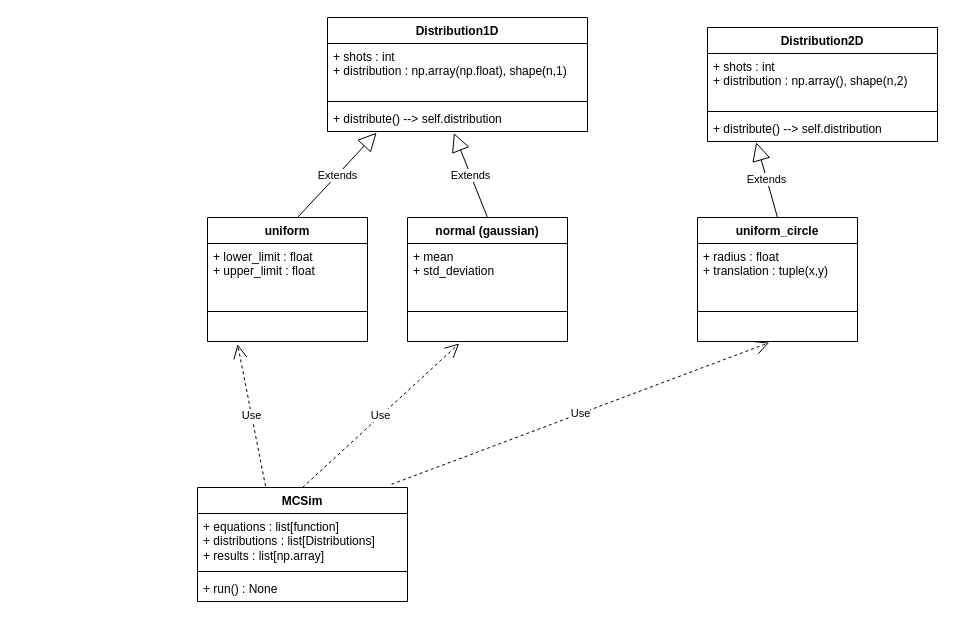
Above: UML.drawio in jaroslsv/smclib (draw.io), before the change. Source tidied: cells renumbered, new cells numbered last; positions are measured from the earlier drawing's top-left corner, leaving out a move shared by most shapes. Both pictures are drawn from the tidied source at 100%, with x=0, y=0 at pixel (197, 17).
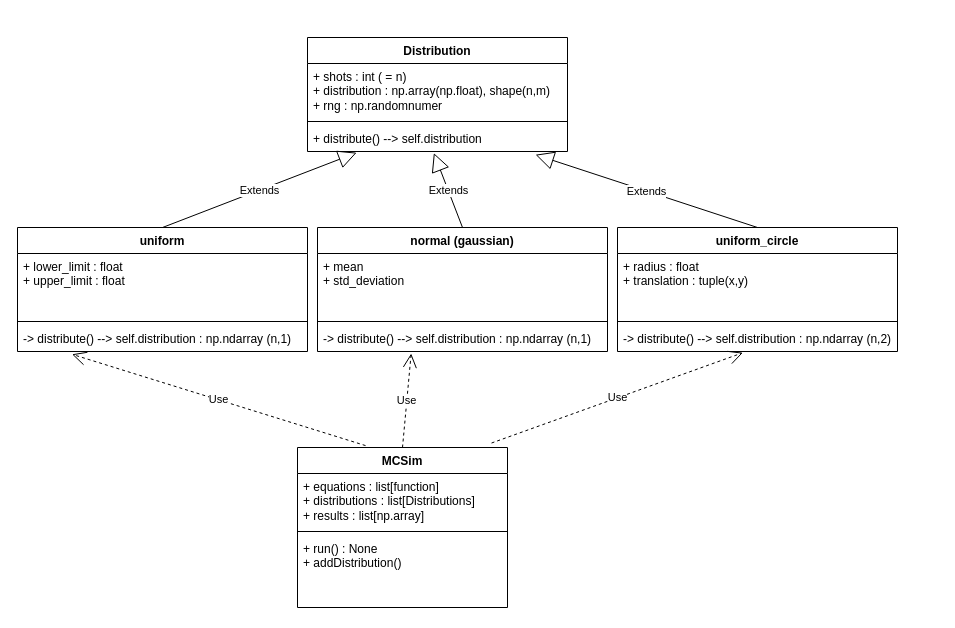
After the change.

Commit message:
Modify UML diagram structure and properties

Updated the UML diagram to reflect changes in the model dimensions and added new elements with updated properties.

Unchanged cells that the change refers to:
```xml
<mxCell id="9" value="+ distribute() --&amp;gt; self.distribution" style="text;strokeColor=none;fillColor=none;align=left;verticalAlign=top;spacingLeft=4;spacingRight=4;overflow=hidden;points=[[0,0.5],[1,0.5]];portConstraint=eastwest;whiteSpace=wrap;html=1;" parent="6" vertex="1">
  <mxGeometry y="88" width="260" height="26" as="geometry" />
</mxCell>
```

Change to the diagram source:
```diff
@@
     <mxCell id="2" value="MCSim" style="swimlane;fontStyle=1;align=center;verticalAlign=top;horizontal=1;startSize=26;whiteSpace=wrap;html=1;" parent="1" vertex="1">
-      <mxGeometry y="470" width="210" height="114" as="geometry" />
+      <mxGeometry x="100" y="430" width="210" height="160" as="geometry" />
     </mxCell>
@@
-    <mxCell id="5" value="+ run() : None" style="text;strokeColor=none;fillColor=none;align=left;verticalAlign=top;spacingLeft=4;spacingRight=4;overflow=hidden;whiteSpace=wrap;html=1;" parent="2" vertex="1">
-      <mxGeometry y="88" width="210" height="26" as="geometry" />
+    <mxCell id="5" value="+ run() : None&lt;div&gt;+ addDistribution()&lt;/div&gt;" style="text;strokeColor=none;fillColor=none;align=left;verticalAlign=top;spacingLeft=4;spacingRight=4;overflow=hidden;whiteSpace=wrap;html=1;" parent="2" vertex="1">
+      <mxGeometry y="88" width="210" height="72" as="geometry" />
     </mxCell>
-    <mxCell id="6" value="&lt;div&gt;&lt;span style=&quot;background-color: transparent; color: light-dark(rgb(0, 0, 0), rgb(255, 255, 255));&quot;&gt;Distribution1D&lt;/span&gt;&lt;/div&gt;" style="swimlane;fontStyle=1;align=center;verticalAlign=top;horizontal=1;startSize=26;whiteSpace=wrap;html=1;" parent="1" vertex="1">
-      <mxGeometry x="130" width="260" height="114" as="geometry" />
+    <mxCell id="6" value="&lt;div&gt;&lt;span style=&quot;background-color: transparent; color: light-dark(rgb(0, 0, 0), rgb(255, 255, 255));&quot;&gt;Distribution&lt;/span&gt;&lt;/div&gt;" style="swimlane;fontStyle=1;align=center;verticalAlign=top;horizontal=1;startSize=26;whiteSpace=wrap;html=1;" parent="1" vertex="1">
+      <mxGeometry x="110" y="20" width="260" height="114" as="geometry" />
     </mxCell>
-    <mxCell id="7" value="+ shots : int&lt;div&gt;+ distribution : np.array(np.float), shape(n,1)&lt;/div&gt;" style="text;strokeColor=none;fillColor=none;align=left;verticalAlign=top;spacingLeft=4;spacingRight=4;overflow=hidden;whiteSpace=wrap;html=1;" parent="6" vertex="1">
+    <mxCell id="7" value="+ shots : int ( = n)&lt;div&gt;+ distribution : np.array(np.float), shape(n,m)&lt;/div&gt;&lt;div&gt;+ rng : np.randomnumer&lt;/div&gt;" style="text;strokeColor=none;fillColor=none;align=left;verticalAlign=top;spacingLeft=4;spacingRight=4;overflow=hidden;whiteSpace=wrap;html=1;" parent="6" vertex="1">
       <mxGeometry y="26" width="260" height="54" as="geometry" />
     </mxCell>
@@
     <mxCell id="10" value="uniform" style="swimlane;fontStyle=1;align=center;verticalAlign=top;horizontal=1;startSize=26;whiteSpace=wrap;html=1;" parent="1" vertex="1">
-      <mxGeometry x="10" y="200" width="160" height="124" as="geometry" />
+      <mxGeometry x="-180" y="210" width="290" height="124" as="geometry" />
     </mxCell>
     <mxCell id="11" value="+ lower_limit : float&lt;div&gt;+ upper_limit : float&lt;/div&gt;" style="text;strokeColor=none;fillColor=none;align=left;verticalAlign=top;spacingLeft=4;spacingRight=4;overflow=hidden;whiteSpace=wrap;html=1;" parent="10" vertex="1">
-      <mxGeometry y="26" width="160" height="64" as="geometry" />
+      <mxGeometry y="26" width="290" height="64" as="geometry" />
     </mxCell>
     <mxCell id="12" style="line;strokeWidth=1;fillColor=none;align=left;verticalAlign=middle;spacingTop=-1;spacingLeft=3;spacingRight=3;labelPosition=right;strokeColor=inherit;" parent="10" vertex="1">
-      <mxGeometry y="90" width="160" height="8" as="geometry" />
+      <mxGeometry y="90" width="290" height="8" as="geometry" />
     </mxCell>
-    <mxCell id="13" value="&amp;nbsp;" style="text;strokeColor=none;fillColor=none;align=left;verticalAlign=top;spacingLeft=4;spacingRight=4;overflow=hidden;points=[[0,0.5],[1,0.5]];portConstraint=eastwest;whiteSpace=wrap;html=1;" parent="10" vertex="1">
-      <mxGeometry y="98" width="160" height="26" as="geometry" />
+    <mxCell id="13" value="-&amp;gt; distribute() --&amp;gt; self.distribution : np.ndarray (n,1)" style="text;strokeColor=none;fillColor=none;align=left;verticalAlign=top;spacingLeft=4;spacingRight=4;overflow=hidden;points=[[0,0.5],[1,0.5]];portConstraint=eastwest;whiteSpace=wrap;html=1;" parent="10" vertex="1">
+      <mxGeometry y="98" width="290" height="26" as="geometry" />
     </mxCell>
     <mxCell id="14" value="normal (gaussian)" style="swimlane;fontStyle=1;align=center;verticalAlign=top;horizontal=1;startSize=26;whiteSpace=wrap;html=1;" parent="1" vertex="1">
-      <mxGeometry x="210" y="200" width="160" height="124" as="geometry" />
+      <mxGeometry x="120" y="210" width="290" height="124" as="geometry" />
     </mxCell>
     <mxCell id="15" value="+ mean&lt;div&gt;+ std_deviation&lt;/div&gt;" style="text;strokeColor=none;fillColor=none;align=left;verticalAlign=top;spacingLeft=4;spacingRight=4;overflow=hidden;whiteSpace=wrap;html=1;" parent="14" vertex="1">
-      <mxGeometry y="26" width="160" height="64" as="geometry" />
+      <mxGeometry y="26" width="290" height="64" as="geometry" />
     </mxCell>
     <mxCell id="16" style="line;strokeWidth=1;fillColor=none;align=left;verticalAlign=middle;spacingTop=-1;spacingLeft=3;spacingRight=3;labelPosition=right;strokeColor=inherit;" parent="14" vertex="1">
-      <mxGeometry y="90" width="160" height="8" as="geometry" />
+      <mxGeometry y="90" width="290" height="8" as="geometry" />
     </mxCell>
-    <mxCell id="17" value="&amp;nbsp;" style="text;strokeColor=none;fillColor=none;align=left;verticalAlign=top;spacingLeft=4;spacingRight=4;overflow=hidden;points=[[0,0.5],[1,0.5]];portConstraint=eastwest;whiteSpace=wrap;html=1;" parent="14" vertex="1">
-      <mxGeometry y="98" width="160" height="26" as="geometry" />
+    <mxCell id="17" value="-&amp;gt; distribute() --&amp;gt; self.distribution : np.ndarray (n,1)" style="text;strokeColor=none;fillColor=none;align=left;verticalAlign=top;spacingLeft=4;spacingRight=4;overflow=hidden;points=[[0,0.5],[1,0.5]];portConstraint=eastwest;whiteSpace=wrap;html=1;" parent="14" vertex="1">
+      <mxGeometry y="98" width="290" height="26" as="geometry" />
     </mxCell>
-    <mxCell id="18" value="Extends" style="endArrow=block;endSize=16;endFill=0;html=1;rounded=0;exitX=0.5;exitY=0;exitDx=0;exitDy=0;entryX=0.189;entryY=1.045;entryDx=0;entryDy=0;entryPerimeter=0;" parent="1" edge="1" target="9">
-      <mxGeometry relative="1" as="geometry">
-        <mxPoint x="100" y="200" as="sourcePoint" />
-      </mxGeometry>
+    <mxCell id="18" value="Extends" style="endArrow=block;endSize=16;endFill=0;html=1;rounded=0;exitX=0.5;exitY=0;exitDx=0;exitDy=0;entryX=0.189;entryY=1.045;entryDx=0;entryDy=0;entryPerimeter=0;" parent="1" edge="1" source="10" target="9">
+      <mxGeometry relative="1" as="geometry" />
     </mxCell>
@@
-    <mxCell id="22" value="&lt;div&gt;&lt;span style=&quot;background-color: transparent; color: light-dark(rgb(0, 0, 0), rgb(255, 255, 255));&quot;&gt;Distribution2D&lt;/span&gt;&lt;/div&gt;" style="swimlane;fontStyle=1;align=center;verticalAlign=top;horizontal=1;startSize=26;whiteSpace=wrap;html=1;" parent="1" vertex="1">
-      <mxGeometry x="510" y="10" width="230" height="114" as="geometry" />
-    </mxCell>
-    <mxCell id="23" value="+ shots : int&lt;div&gt;+ distribution : np.array(), shape(n,2)&lt;/div&gt;" style="text;strokeColor=none;fillColor=none;align=left;verticalAlign=top;spacingLeft=4;spacingRight=4;overflow=hidden;whiteSpace=wrap;html=1;" parent="22" vertex="1">
-      <mxGeometry y="26" width="230" height="54" as="geometry" />
-    </mxCell>
-    <mxCell id="24" style="line;strokeWidth=1;fillColor=none;align=left;verticalAlign=middle;spacingTop=-1;spacingLeft=3;spacingRight=3;labelPosition=right;strokeColor=inherit;" parent="22" vertex="1">
-      <mxGeometry y="80" width="230" height="8" as="geometry" />
-    </mxCell>
-    <mxCell id="25" value="+ distribute() --&amp;gt; self.distribution" style="text;strokeColor=none;fillColor=none;align=left;verticalAlign=top;spacingLeft=4;spacingRight=4;overflow=hidden;points=[[0,0.5],[1,0.5]];portConstraint=eastwest;whiteSpace=wrap;html=1;" parent="22" vertex="1">
-      <mxGeometry y="88" width="230" height="26" as="geometry" />
-    </mxCell>
     <mxCell id="26" value="uniform_circle" style="swimlane;fontStyle=1;align=center;verticalAlign=top;horizontal=1;startSize=26;whiteSpace=wrap;html=1;" parent="1" vertex="1">
-      <mxGeometry x="500" y="200" width="160" height="124" as="geometry" />
+      <mxGeometry x="420" y="210" width="280" height="124" as="geometry" />
     </mxCell>
     <mxCell id="27" value="+ radius : float&lt;div&gt;+ translation : tuple(x,y)&lt;/div&gt;" style="text;strokeColor=none;fillColor=none;align=left;verticalAlign=top;spacingLeft=4;spacingRight=4;overflow=hidden;whiteSpace=wrap;html=1;" parent="26" vertex="1">
-      <mxGeometry y="26" width="160" height="64" as="geometry" />
+      <mxGeometry y="26" width="280" height="64" as="geometry" />
     </mxCell>
     <mxCell id="28" style="line;strokeWidth=1;fillColor=none;align=left;verticalAlign=middle;spacingTop=-1;spacingLeft=3;spacingRight=3;labelPosition=right;strokeColor=inherit;" parent="26" vertex="1">
-      <mxGeometry y="90" width="160" height="8" as="geometry" />
+      <mxGeometry y="90" width="280" height="8" as="geometry" />
     </mxCell>
-    <mxCell id="29" value="&amp;nbsp;" style="text;strokeColor=none;fillColor=none;align=left;verticalAlign=top;spacingLeft=4;spacingRight=4;overflow=hidden;points=[[0,0.5],[1,0.5]];portConstraint=eastwest;whiteSpace=wrap;html=1;" parent="26" vertex="1">
-      <mxGeometry y="98" width="160" height="26" as="geometry" />
+    <mxCell id="29" value="-&amp;gt; distribute() --&amp;gt; self.distribution : np.ndarray (n,2)" style="text;strokeColor=none;fillColor=none;align=left;verticalAlign=top;spacingLeft=4;spacingRight=4;overflow=hidden;points=[[0,0.5],[1,0.5]];portConstraint=eastwest;whiteSpace=wrap;html=1;" parent="26" vertex="1">
+      <mxGeometry y="98" width="280" height="26" as="geometry" />
     </mxCell>
-    <mxCell id="30" value="Extends" style="endArrow=block;endSize=16;endFill=0;html=1;rounded=0;exitX=0.5;exitY=0;exitDx=0;exitDy=0;entryX=0.212;entryY=1.031;entryDx=0;entryDy=0;entryPerimeter=0;" parent="1" edge="1" source="26" target="25">
+    <mxCell id="30" value="Extends" style="endArrow=block;endSize=16;endFill=0;html=1;rounded=0;exitX=0.5;exitY=0;exitDx=0;exitDy=0;entryX=0.877;entryY=1.123;entryDx=0;entryDy=0;entryPerimeter=0;" parent="1" edge="1" source="26" target="9">
       <mxGeometry relative="1" as="geometry" />
     </mxCell>
```
